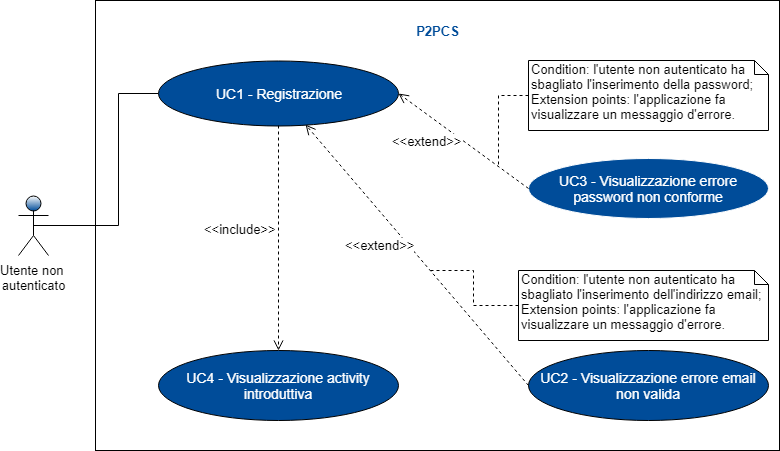
Earlier version of the draw.io export RR/Esterni/Analisi_dei_requisiti/res/images/Schemagenerale1.png (ZeusCode17/P2PCS). Source tidied: cells renumbered, new cells last; positions are measured from the earlier drawing's top-left corner, leaving out a move shared by most shapes.
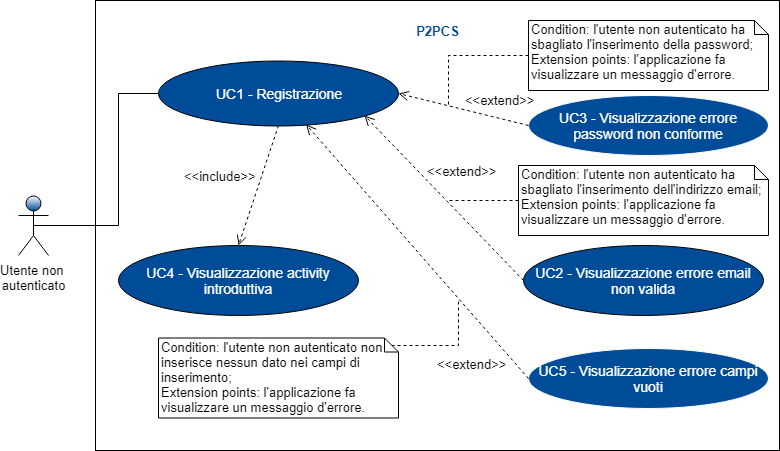
After the change.

Commit message:
fix registrazione, inserimento codice amico e fix milestone unlock

Change to the diagram source:
```diff
@@ -20,41 +20,60 @@
       <mxGeometry x="140" y="60" width="240" height="65" as="geometry" />
     </mxCell>
     <mxCell id="6" value="UC2 - Visualizzazione errore email non valida" style="ellipse;whiteSpace=wrap;html=1;fontSize=14;fontColor=#FFFFFF;fillColor=#004C99;" parent="1" vertex="1">
-      <mxGeometry x="510" y="350" width="240" height="70" as="geometry" />
+      <mxGeometry x="505" y="245" width="240" height="70" as="geometry" />
     </mxCell>
     <mxCell id="7" value="UC3 - Visualizzazione errore password non conforme&lt;br&gt;" style="ellipse;whiteSpace=wrap;html=1;strokeColor=#FFFFFF;fillColor=#004C99;fontSize=14;fontColor=#FFFFFF;" parent="1" vertex="1">
-      <mxGeometry x="510" y="157.5" width="240" height="60" as="geometry" />
+      <mxGeometry x="510" y="95" width="240" height="60" as="geometry" />
     </mxCell>
     <mxCell id="8" value="P2PCS" style="text;html=1;strokeColor=none;fillColor=none;align=center;verticalAlign=middle;whiteSpace=wrap;rounded=0;fontSize=13;fontStyle=1;fontColor=#004C99;" parent="1" vertex="1">
       <mxGeometry x="382.5" y="20" width="73" height="20" as="geometry" />
     </mxCell>
     <mxCell id="9" value="UC4 - Visualizzazione activity introduttiva" style="ellipse;whiteSpace=wrap;html=1;fontSize=14;fontColor=#FFFFFF;fillColor=#004C99;" parent="1" vertex="1">
-      <mxGeometry x="140" y="350" width="240" height="70" as="geometry" />
+      <mxGeometry x="100" y="245" width="240" height="70" as="geometry" />
     </mxCell>
-    <mxCell id="10" value="&amp;lt;&amp;lt;extend&amp;gt;&amp;gt;&lt;br&gt;" style="html=1;verticalAlign=middle;endArrow=open;dashed=1;endSize=8;fontSize=13;fontColor=#000000;entryX=1;entryY=0.5;entryDx=0;entryDy=0;exitX=0;exitY=0.5;exitDx=0;exitDy=0;labelPosition=left;verticalLabelPosition=middle;align=right;" parent="1" edge="1" source="7" target="5">
+    <mxCell id="10" value="&amp;lt;&amp;lt;extend&amp;gt;&amp;gt;&lt;br&gt;" style="html=1;verticalAlign=bottom;endArrow=open;dashed=1;endSize=8;fontSize=13;fontColor=#000000;entryX=1;entryY=0.5;entryDx=0;entryDy=0;exitX=0;exitY=0.5;exitDx=0;exitDy=0;labelPosition=right;verticalLabelPosition=top;align=left;" parent="1" edge="1" source="7" target="5">
       <mxGeometry relative="1" as="geometry" />
     </mxCell>
-    <mxCell id="11" value="&amp;lt;&amp;lt;extend&amp;gt;&amp;gt;" style="html=1;verticalAlign=bottom;endArrow=open;dashed=1;endSize=8;fontSize=13;fontColor=#000000;labelPosition=left;verticalLabelPosition=top;align=right;exitX=0;exitY=0.5;exitDx=0;exitDy=0;" parent="1" edge="1" source="6" target="5">
-      <mxGeometry relative="1" as="geometry" />
+    <mxCell id="11" value="&amp;lt;&amp;lt;extend&amp;gt;&amp;gt;" style="html=1;verticalAlign=bottom;endArrow=open;dashed=1;endSize=8;fontSize=13;fontColor=#000000;labelPosition=left;verticalLabelPosition=top;align=right;exitX=0;exitY=0.5;exitDx=0;exitDy=0;entryX=1;entryY=1;entryDx=0;entryDy=0;" parent="1" edge="1" source="6" target="5">
+      <mxGeometry x="-0.22" y="-51" relative="1" as="geometry">
+        <mxPoint y="-1" as="offset" />
+      </mxGeometry>
     </mxCell>
     <mxCell id="12" value="&amp;lt;&amp;lt;include&amp;gt;&amp;gt;" style="html=1;verticalAlign=bottom;endArrow=open;dashed=1;endSize=8;fontSize=13;fontColor=#000000;exitX=0.5;exitY=1;exitDx=0;exitDy=0;entryX=0.5;entryY=0;entryDx=0;entryDy=0;labelPosition=left;verticalLabelPosition=top;align=right;" parent="1" edge="1" source="5" target="9">
       <mxGeometry relative="1" as="geometry" />
     </mxCell>
     <mxCell id="13" style="edgeStyle=orthogonalEdgeStyle;rounded=0;jettySize=auto;html=1;exitX=0;exitY=0.5;exitDx=0;exitDy=0;exitPerimeter=0;fontSize=13;fontColor=#000000;dashed=1;endArrow=none;endFill=0;" parent="1" edge="1" source="14">
       <mxGeometry relative="1" as="geometry">
-        <mxPoint x="480" y="165" as="targetPoint" />
+        <mxPoint x="430" y="106" as="targetPoint" />
+        <Array as="points">
+          <mxPoint x="430" y="55" />
+        </Array>
       </mxGeometry>
     </mxCell>
     <mxCell id="14" value="Condition:&amp;nbsp;l'utente non autenticato ha sbagliato l'inserimento della password;&lt;br style=&quot;font-size: 13px;&quot;&gt;Extension points:&amp;nbsp;l'applicazione fa visualizzare un messaggio d'errore.&lt;br style=&quot;font-size: 13px;&quot;&gt;" style="shape=note;whiteSpace=wrap;html=1;size=14;verticalAlign=top;align=left;spacingTop=-6;fontSize=13;fontColor=#000000;" parent="1" vertex="1">
-      <mxGeometry x="510" y="60" width="240" height="70" as="geometry" />
+      <mxGeometry x="510" y="20" width="240" height="70" as="geometry" />
     </mxCell>
     <mxCell id="15" style="edgeStyle=orthogonalEdgeStyle;rounded=0;jettySize=auto;html=1;exitX=0;exitY=0.5;exitDx=0;exitDy=0;exitPerimeter=0;dashed=1;endArrow=none;endFill=0;fontSize=13;fontColor=#000000;" parent="1" edge="1" source="16">
       <mxGeometry relative="1" as="geometry">
-        <mxPoint x="410" y="270" as="targetPoint" />
+        <mxPoint x="430" y="200" as="targetPoint" />
       </mxGeometry>
     </mxCell>
     <mxCell id="16" value="Condition: l'utente non autenticato ha sbagliato l'inserimento dell'indirizzo email; &lt;br&gt;Extension points:&amp;nbsp;l'applicazione fa visualizzare un messaggio d'errore.&lt;br&gt;" style="shape=note;whiteSpace=wrap;html=1;size=14;verticalAlign=top;align=left;spacingTop=-6;fontSize=13;fontColor=#000000;" parent="1" vertex="1">
-      <mxGeometry x="500" y="270" width="250" height="70" as="geometry" />
+      <mxGeometry x="500" y="165" width="250" height="70" as="geometry" />
     </mxCell>
+    <mxCell id="17" value="UC5 - Visualizzazione errore campi vuoti&lt;br&gt;" style="ellipse;whiteSpace=wrap;html=1;strokeColor=#FFFFFF;fillColor=#004C99;fontSize=14;fontColor=#FFFFFF;" parent="1" vertex="1">
+      <mxGeometry x="510" y="347.5" width="240" height="60" as="geometry" />
+    </mxCell>
+    <mxCell id="18" value="&amp;lt;&amp;lt;extend&amp;gt;&amp;gt;&lt;br&gt;" style="html=1;verticalAlign=top;endArrow=open;dashed=1;endSize=8;fontSize=13;fontColor=#000000;exitX=0;exitY=0.5;exitDx=0;exitDy=0;labelPosition=left;verticalLabelPosition=bottom;align=right;" parent="1" edge="1" source="17" target="5">
+      <mxGeometry x="-0.8" y="-3" relative="1" as="geometry" />
+    </mxCell>
+    <mxCell id="19" style="edgeStyle=orthogonalEdgeStyle;rounded=0;jettySize=auto;html=1;exitX=0;exitY=0;exitDx=233;exitDy=7;exitPerimeter=0;dashed=1;endArrow=none;endFill=0;" parent="1" edge="1" source="20">
+      <mxGeometry relative="1" as="geometry">
+        <mxPoint x="440" y="300" as="targetPoint" />
+      </mxGeometry>
+    </mxCell>
+    <mxCell id="20" value="Condition:&amp;nbsp;l'utente non autenticato non inserisce nessun dato nei campi di inserimento;&lt;br style=&quot;font-size: 13px&quot;&gt;Extension points:&amp;nbsp;l'applicazione fa visualizzare un messaggio d'errore.&lt;br style=&quot;font-size: 13px&quot;&gt;" style="shape=note;whiteSpace=wrap;html=1;size=14;verticalAlign=top;align=left;spacingTop=-6;fontSize=13;fontColor=#000000;" parent="1" vertex="1">
+      <mxGeometry x="140" y="337.5" width="240" height="80" as="geometry" />
+    </mxCell>
   </root>
 </mxGraphModel>
```
